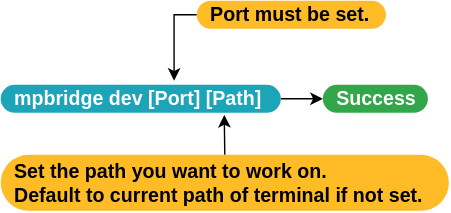
The draw.io diagram mpbridge.drawio.svg in Wind-stormger/mpbridge-drawio, before a commit. Source tidied: cells renumbered, new cells last; positions are measured from the earlier drawing's top-left corner, leaving out a move shared by most shapes.
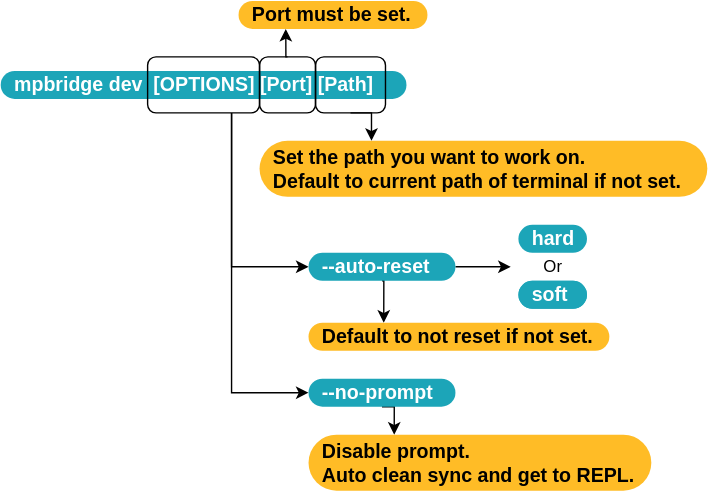
After the commit.

Diff of the diagram source:
```diff
@@ -2,30 +2,78 @@
   <root>
     <mxCell id="0" />
     <mxCell id="1" parent="0" />
-    <mxCell id="2" style="edgeStyle=orthogonalEdgeStyle;rounded=0;jettySize=auto;html=1;" parent="1" edge="1" source="3" target="8">
-      <mxGeometry relative="1" as="geometry" />
-    </mxCell>
-    <mxCell id="3" value="mpbridge dev [Port] [Path]" style="rounded=1;whiteSpace=wrap;html=1;arcSize=50;strokeColor=none;strokeWidth=1;fillColor=#1CA5B8;fontColor=#ffffff;whiteSpace=wrap;align=left;verticalAlign=middle;spacingLeft=0;fontStyle=1;fontSize=14;spacing=10;" parent="1" vertex="1">
-      <mxGeometry y="60" width="200" height="20" as="geometry" />
+    <mxCell id="3" value="mpbridge dev&amp;nbsp; [OPTIONS]&amp;nbsp;[Port] [Path]" style="rounded=1;whiteSpace=wrap;html=1;arcSize=50;strokeColor=none;strokeWidth=1;fillColor=#1CA5B8;fontColor=#ffffff;whiteSpace=wrap;align=left;verticalAlign=middle;spacingLeft=0;fontStyle=1;fontSize=14;spacing=10;" parent="1" vertex="1">
+      <mxGeometry x="-95" y="50" width="290" height="20" as="geometry" />
     </mxCell>
-    <mxCell id="4" style="edgeStyle=orthogonalEdgeStyle;rounded=0;jettySize=auto;html=1;exitX=0;exitY=0.5;exitDx=0;exitDy=0;entryX=0.619;entryY=-0.145;entryDx=0;entryDy=0;entryPerimeter=0;" parent="1" edge="1" source="5" target="3">
-      <mxGeometry relative="1" as="geometry">
-        <Array as="points">
-          <mxPoint x="124" y="10" />
-        </Array>
-      </mxGeometry>
-    </mxCell>
     <mxCell id="5" value="Port must be set." style="rounded=1;whiteSpace=wrap;html=1;arcSize=50;strokeColor=none;strokeWidth=1;fillColor=#FFBC26;fontColor=#000000;whiteSpace=wrap;align=left;verticalAlign=middle;spacingLeft=0;fontStyle=1;fontSize=14;spacing=10;" parent="1" vertex="1">
-      <mxGeometry x="140" width="135" height="20" as="geometry" />
+      <mxGeometry x="75" width="135" height="20" as="geometry" />
     </mxCell>
-    <mxCell id="6" style="edgeStyle=orthogonalEdgeStyle;rounded=0;jettySize=auto;html=1;exitX=0.5;exitY=0;exitDx=0;exitDy=0;entryX=0.798;entryY=1.074;entryDx=0;entryDy=0;entryPerimeter=0;" parent="1" edge="1" source="7" target="3">
-      <mxGeometry relative="1" as="geometry" />
-    </mxCell>
     <mxCell id="7" value="&lt;div&gt;Set the path you want to work on.&lt;/div&gt;&lt;div&gt;Default to current path of terminal if not set.&lt;/div&gt;" style="rounded=1;whiteSpace=wrap;html=1;arcSize=50;strokeColor=none;strokeWidth=1;fillColor=#FFBC26;fontColor=#000000;whiteSpace=wrap;align=left;verticalAlign=middle;spacingLeft=0;fontStyle=1;fontSize=14;spacing=10;" parent="1" vertex="1">
-      <mxGeometry y="110" width="320" height="40" as="geometry" />
+      <mxGeometry x="90" y="100" width="320" height="40" as="geometry" />
     </mxCell>
-    <mxCell id="8" value="Success" style="rounded=1;whiteSpace=wrap;html=1;arcSize=50;strokeColor=none;strokeWidth=1;fillColor=#33A64C;fontColor=#FFFFFF;whiteSpace=wrap;align=left;verticalAlign=middle;spacingLeft=0;fontStyle=1;fontSize=14;spacing=10;" parent="1" vertex="1">
-      <mxGeometry x="230" y="60" width="75" height="20" as="geometry" />
-    </mxCell>
+    <mxCell id="9" style="edgeStyle=orthogonalEdgeStyle;rounded=0;jettySize=auto;html=1;exitX=0.5;exitY=0;exitDx=0;exitDy=0;entryX=0.25;entryY=1;entryDx=0;entryDy=0;" parent="1" edge="1" source="10" target="5">
+      <mxGeometry relative="1" as="geometry" />
+    </mxCell>
+    <mxCell id="10" style="rounded=1;whiteSpace=wrap;html=1;fillStyle=auto;fillColor=none;" parent="1" vertex="1">
+      <mxGeometry x="90" y="40" width="40" height="40" as="geometry" />
+    </mxCell>
+    <mxCell id="11" style="edgeStyle=orthogonalEdgeStyle;rounded=0;jettySize=auto;html=1;exitX=0.5;exitY=1;exitDx=0;exitDy=0;entryX=0.25;entryY=0;entryDx=0;entryDy=0;" parent="1" edge="1" source="12" target="7">
+      <mxGeometry relative="1" as="geometry" />
+    </mxCell>
+    <mxCell id="12" style="rounded=1;whiteSpace=wrap;html=1;fillStyle=auto;fillColor=none;" parent="1" vertex="1">
+      <mxGeometry x="130" y="40" width="50" height="40" as="geometry" />
+    </mxCell>
+    <mxCell id="13" style="edgeStyle=orthogonalEdgeStyle;rounded=0;jettySize=auto;html=1;exitX=0.75;exitY=1;exitDx=0;exitDy=0;entryX=0;entryY=0.5;entryDx=0;entryDy=0;startArrow=none;" parent="1" edge="1" source="15" target="18">
+      <mxGeometry relative="1" as="geometry">
+        <Array as="points">
+          <mxPoint x="70" y="190" />
+        </Array>
+      </mxGeometry>
+    </mxCell>
+    <mxCell id="14" style="edgeStyle=orthogonalEdgeStyle;rounded=0;jettySize=auto;html=1;exitX=0.75;exitY=1;exitDx=0;exitDy=0;entryX=0;entryY=0.5;entryDx=0;entryDy=0;" parent="1" edge="1" source="15" target="27">
+      <mxGeometry relative="1" as="geometry" />
+    </mxCell>
+    <mxCell id="15" style="rounded=1;whiteSpace=wrap;html=1;fillStyle=auto;fillColor=none;" parent="1" vertex="1">
+      <mxGeometry x="10" y="40" width="80" height="40" as="geometry" />
+    </mxCell>
+    <mxCell id="16" style="edgeStyle=orthogonalEdgeStyle;rounded=0;jettySize=auto;html=1;exitX=1;exitY=0.5;exitDx=0;exitDy=0;entryX=0;entryY=0.5;entryDx=0;entryDy=0;" parent="1" edge="1" source="18" target="24">
+      <mxGeometry relative="1" as="geometry" />
+    </mxCell>
+    <mxCell id="17" style="edgeStyle=orthogonalEdgeStyle;rounded=0;jettySize=auto;html=1;exitX=0.5;exitY=1;exitDx=0;exitDy=0;entryX=0.25;entryY=0;entryDx=0;entryDy=0;" parent="1" edge="1" source="18" target="25">
+      <mxGeometry relative="1" as="geometry" />
+    </mxCell>
+    <mxCell id="18" value="--auto-reset" style="rounded=1;whiteSpace=wrap;html=1;fontSize=14;align=left;fillColor=#1CA5B8;strokeColor=none;fontColor=#ffffff;arcSize=50;strokeWidth=1;spacingLeft=0;fontStyle=1;spacing=10;" parent="1" vertex="1">
+      <mxGeometry x="125" y="180" width="105" height="20" as="geometry" />
+    </mxCell>
+    <mxCell id="19" style="group;" parent="1" vertex="1">
+      <mxGeometry x="275" y="160" width="54.5" height="60" as="geometry" />
+    </mxCell>
+    <mxCell id="20" value="soft" style="rounded=1;whiteSpace=wrap;html=1;fontSize=14;align=left;fillColor=#1CA5B8;strokeColor=none;fontColor=#ffffff;arcSize=50;strokeWidth=1;spacingLeft=0;fontStyle=1;spacing=10;" parent="19" vertex="1">
+      <mxGeometry y="40" width="49" height="20" as="geometry" />
+    </mxCell>
+    <mxCell id="21" style="group;" parent="19" vertex="1">
+      <mxGeometry x="-5.5" width="60" height="60" as="geometry" />
+    </mxCell>
+    <mxCell id="22" value="hard" style="rounded=1;whiteSpace=wrap;html=1;fontSize=14;align=left;fillColor=#1CA5B8;strokeColor=none;fontColor=#ffffff;arcSize=50;strokeWidth=1;spacingLeft=0;fontStyle=1;spacing=10;" parent="21" vertex="1">
+      <mxGeometry x="5.5" width="49" height="20" as="geometry" />
+    </mxCell>
+    <mxCell id="23" value="soft" style="rounded=1;whiteSpace=wrap;html=1;fontSize=14;align=left;fillColor=#1CA5B8;strokeColor=none;fontColor=#ffffff;arcSize=50;strokeWidth=1;spacingLeft=0;fontStyle=1;spacing=10;" parent="21" vertex="1">
+      <mxGeometry x="5.5" y="40" width="49" height="20" as="geometry" />
+    </mxCell>
+    <mxCell id="24" value="Or" style="text;html=1;strokeColor=none;fillColor=none;align=center;verticalAlign=middle;whiteSpace=wrap;rounded=0;" parent="21" vertex="1">
+      <mxGeometry y="15" width="60" height="30" as="geometry" />
+    </mxCell>
+    <mxCell id="25" value="Default to not reset if not set." style="rounded=1;whiteSpace=wrap;html=1;arcSize=50;strokeColor=none;strokeWidth=1;fillColor=#FFBC26;fontColor=#000000;whiteSpace=wrap;align=left;verticalAlign=middle;spacingLeft=0;fontStyle=1;fontSize=14;spacing=10;" parent="1" vertex="1">
+      <mxGeometry x="125" y="230" width="215" height="20" as="geometry" />
+    </mxCell>
+    <mxCell id="26" style="edgeStyle=orthogonalEdgeStyle;rounded=0;jettySize=auto;html=1;exitX=0.5;exitY=1;exitDx=0;exitDy=0;entryX=0.25;entryY=0;entryDx=0;entryDy=0;" parent="1" edge="1" source="27" target="28">
+      <mxGeometry relative="1" as="geometry" />
+    </mxCell>
+    <mxCell id="27" value="--no-prompt" style="rounded=1;whiteSpace=wrap;html=1;fontSize=14;align=left;fillColor=#1CA5B8;strokeColor=none;fontColor=#ffffff;arcSize=50;strokeWidth=1;spacingLeft=0;fontStyle=1;spacing=10;" parent="1" vertex="1">
+      <mxGeometry x="125" y="270" width="105" height="20" as="geometry" />
+    </mxCell>
+    <mxCell id="28" value="Disable prompt.&lt;br&gt;Auto clean sync and get to  REPL." style="rounded=1;whiteSpace=wrap;html=1;arcSize=50;strokeColor=none;strokeWidth=1;fillColor=#FFBC26;fontColor=#000000;whiteSpace=wrap;align=left;verticalAlign=middle;spacingLeft=0;fontStyle=1;fontSize=14;spacing=10;" parent="1" vertex="1">
+      <mxGeometry x="125" y="310" width="245" height="40" as="geometry" />
+    </mxCell>
   </root>
 </mxGraphModel>
```
